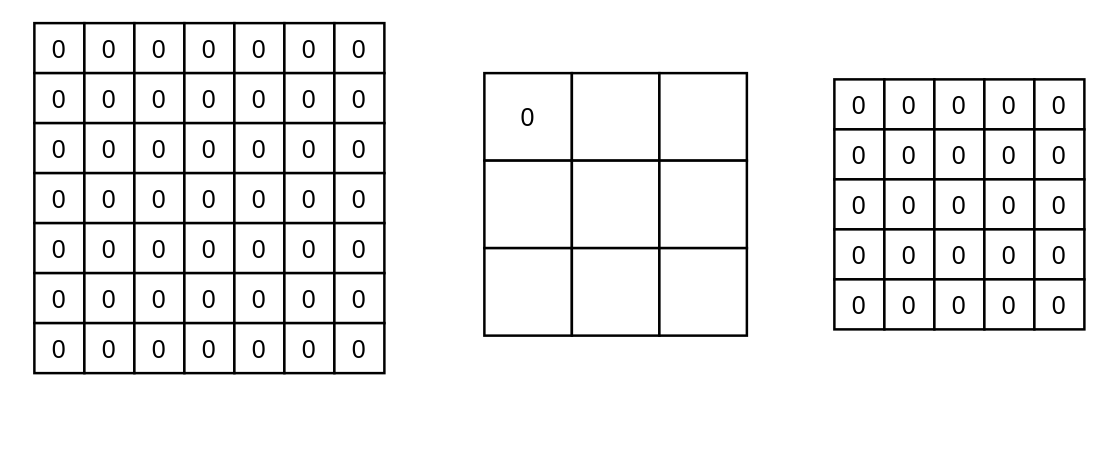
Earlier version of the draw.io diagram convolutional_operation.drawio (cascoatle/fj_project). Source tidied: cells renumbered, new cells numbered last; positions are measured from the earlier drawing's top-left corner, leaving out a move shared by most shapes. Both pictures are drawn from the tidied source at 125%, with x=0, y=0 at pixel (21, 22).
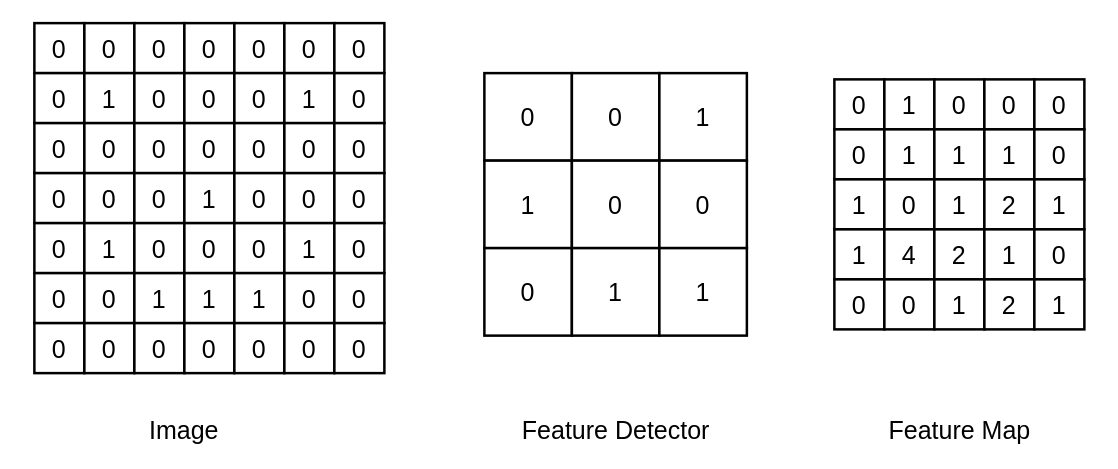
After the change.

Diff of the diagram source:
```diff
@@
-    <mxCell id="93" value="0" style="text;html=1;strokeColor=none;fillColor=none;align=center;verticalAlign=middle;whiteSpace=wrap;rounded=0;fontSize=20;" parent="1" vertex="1">
+    <mxCell id="93" value="1" style="text;html=1;strokeColor=none;fillColor=none;align=center;verticalAlign=middle;whiteSpace=wrap;rounded=0;fontSize=20;" parent="1" vertex="1">
       <mxGeometry x="40" y="45" width="60" height="30" as="geometry" />
     </mxCell>
@@
-    <mxCell id="96" value="0" style="text;html=1;strokeColor=none;fillColor=none;align=center;verticalAlign=middle;whiteSpace=wrap;rounded=0;fontSize=20;" parent="1" vertex="1">
+    <mxCell id="96" value="1" style="text;html=1;strokeColor=none;fillColor=none;align=center;verticalAlign=middle;whiteSpace=wrap;rounded=0;fontSize=20;" parent="1" vertex="1">
       <mxGeometry x="200" y="45" width="60" height="30" as="geometry" />
     </mxCell>
@@
-    <mxCell id="106" value="0" style="text;html=1;strokeColor=none;fillColor=none;align=center;verticalAlign=middle;whiteSpace=wrap;rounded=0;fontSize=20;" parent="1" vertex="1">
+    <mxCell id="106" value="1" style="text;html=1;strokeColor=none;fillColor=none;align=center;verticalAlign=middle;whiteSpace=wrap;rounded=0;fontSize=20;" parent="1" vertex="1">
       <mxGeometry x="120" y="125" width="60" height="30" as="geometry" />
     </mxCell>
@@
-    <mxCell id="114" value="0" style="text;html=1;strokeColor=none;fillColor=none;align=center;verticalAlign=middle;whiteSpace=wrap;rounded=0;fontSize=20;" parent="1" vertex="1">
+    <mxCell id="114" value="1" style="text;html=1;strokeColor=none;fillColor=none;align=center;verticalAlign=middle;whiteSpace=wrap;rounded=0;fontSize=20;" parent="1" vertex="1">
       <mxGeometry x="40" y="165" width="60" height="30" as="geometry" />
     </mxCell>
@@
-    <mxCell id="118" value="0" style="text;html=1;strokeColor=none;fillColor=none;align=center;verticalAlign=middle;whiteSpace=wrap;rounded=0;fontSize=20;" parent="1" vertex="1">
+    <mxCell id="118" value="1" style="text;html=1;strokeColor=none;fillColor=none;align=center;verticalAlign=middle;whiteSpace=wrap;rounded=0;fontSize=20;" parent="1" vertex="1">
       <mxGeometry x="200" y="165" width="60" height="30" as="geometry" />
     </mxCell>
@@
-    <mxCell id="122" value="0" style="text;html=1;strokeColor=none;fillColor=none;align=center;verticalAlign=middle;whiteSpace=wrap;rounded=0;fontSize=20;" parent="1" vertex="1">
+    <mxCell id="122" value="1" style="text;html=1;strokeColor=none;fillColor=none;align=center;verticalAlign=middle;whiteSpace=wrap;rounded=0;fontSize=20;" parent="1" vertex="1">
       <mxGeometry x="80" y="205" width="60" height="30" as="geometry" />
     </mxCell>
-    <mxCell id="123" value="0" style="text;html=1;strokeColor=none;fillColor=none;align=center;verticalAlign=middle;whiteSpace=wrap;rounded=0;fontSize=20;" parent="1" vertex="1">
+    <mxCell id="123" value="1" style="text;html=1;strokeColor=none;fillColor=none;align=center;verticalAlign=middle;whiteSpace=wrap;rounded=0;fontSize=20;" parent="1" vertex="1">
       <mxGeometry x="120" y="205" width="60" height="30" as="geometry" />
     </mxCell>
-    <mxCell id="124" value="0" style="text;html=1;strokeColor=none;fillColor=none;align=center;verticalAlign=middle;whiteSpace=wrap;rounded=0;fontSize=20;" parent="1" vertex="1">
+    <mxCell id="124" value="1" style="text;html=1;strokeColor=none;fillColor=none;align=center;verticalAlign=middle;whiteSpace=wrap;rounded=0;fontSize=20;" parent="1" vertex="1">
       <mxGeometry x="160" y="205" width="60" height="30" as="geometry" />
     </mxCell>
@@
-    <mxCell id="135" value="0" style="text;html=1;strokeColor=none;fillColor=none;align=center;verticalAlign=middle;whiteSpace=wrap;rounded=0;fontSize=20;" parent="1" vertex="1">
+    <mxCell id="135" value="1" style="text;html=1;strokeColor=none;fillColor=none;align=center;verticalAlign=middle;whiteSpace=wrap;rounded=0;fontSize=20;" parent="1" vertex="1">
       <mxGeometry x="680" y="50" width="60" height="30" as="geometry" />
     </mxCell>
@@
-    <mxCell id="140" value="0" style="text;html=1;strokeColor=none;fillColor=none;align=center;verticalAlign=middle;whiteSpace=wrap;rounded=0;fontSize=20;" parent="1" vertex="1">
+    <mxCell id="140" value="1" style="text;html=1;strokeColor=none;fillColor=none;align=center;verticalAlign=middle;whiteSpace=wrap;rounded=0;fontSize=20;" parent="1" vertex="1">
       <mxGeometry x="680" y="90" width="60" height="30" as="geometry" />
     </mxCell>
-    <mxCell id="141" value="0" style="text;html=1;strokeColor=none;fillColor=none;align=center;verticalAlign=middle;whiteSpace=wrap;rounded=0;fontSize=20;" parent="1" vertex="1">
+    <mxCell id="141" value="1" style="text;html=1;strokeColor=none;fillColor=none;align=center;verticalAlign=middle;whiteSpace=wrap;rounded=0;fontSize=20;" parent="1" vertex="1">
       <mxGeometry x="720" y="90" width="60" height="30" as="geometry" />
     </mxCell>
-    <mxCell id="142" value="0" style="text;html=1;strokeColor=none;fillColor=none;align=center;verticalAlign=middle;whiteSpace=wrap;rounded=0;fontSize=20;" parent="1" vertex="1">
+    <mxCell id="142" value="1" style="text;html=1;strokeColor=none;fillColor=none;align=center;verticalAlign=middle;whiteSpace=wrap;rounded=0;fontSize=20;" parent="1" vertex="1">
       <mxGeometry x="760" y="90" width="60" height="30" as="geometry" />
     </mxCell>
@@
-    <mxCell id="144" value="0" style="text;html=1;strokeColor=none;fillColor=none;align=center;verticalAlign=middle;whiteSpace=wrap;rounded=0;fontSize=20;" parent="1" vertex="1">
+    <mxCell id="144" value="1" style="text;html=1;strokeColor=none;fillColor=none;align=center;verticalAlign=middle;whiteSpace=wrap;rounded=0;fontSize=20;" parent="1" vertex="1">
       <mxGeometry x="640" y="130" width="60" height="30" as="geometry" />
     </mxCell>
@@
-    <mxCell id="146" value="0" style="text;html=1;strokeColor=none;fillColor=none;align=center;verticalAlign=middle;whiteSpace=wrap;rounded=0;fontSize=20;" parent="1" vertex="1">
+    <mxCell id="146" value="1" style="text;html=1;strokeColor=none;fillColor=none;align=center;verticalAlign=middle;whiteSpace=wrap;rounded=0;fontSize=20;" parent="1" vertex="1">
       <mxGeometry x="720" y="130" width="60" height="30" as="geometry" />
     </mxCell>
-    <mxCell id="147" value="0" style="text;html=1;strokeColor=none;fillColor=none;align=center;verticalAlign=middle;whiteSpace=wrap;rounded=0;fontSize=20;" parent="1" vertex="1">
+    <mxCell id="147" value="2" style="text;html=1;strokeColor=none;fillColor=none;align=center;verticalAlign=middle;whiteSpace=wrap;rounded=0;fontSize=20;" parent="1" vertex="1">
       <mxGeometry x="760" y="130" width="60" height="30" as="geometry" />
     </mxCell>
-    <mxCell id="148" value="0" style="text;html=1;strokeColor=none;fillColor=none;align=center;verticalAlign=middle;whiteSpace=wrap;rounded=0;fontSize=20;" parent="1" vertex="1">
+    <mxCell id="148" value="1" style="text;html=1;strokeColor=none;fillColor=none;align=center;verticalAlign=middle;whiteSpace=wrap;rounded=0;fontSize=20;" parent="1" vertex="1">
       <mxGeometry x="800" y="130" width="60" height="30" as="geometry" />
     </mxCell>
-    <mxCell id="149" value="0" style="text;html=1;strokeColor=none;fillColor=none;align=center;verticalAlign=middle;whiteSpace=wrap;rounded=0;fontSize=20;" parent="1" vertex="1">
+    <mxCell id="149" value="1" style="text;html=1;strokeColor=none;fillColor=none;align=center;verticalAlign=middle;whiteSpace=wrap;rounded=0;fontSize=20;" parent="1" vertex="1">
       <mxGeometry x="640" y="170" width="60" height="30" as="geometry" />
     </mxCell>
-    <mxCell id="150" value="0" style="text;html=1;strokeColor=none;fillColor=none;align=center;verticalAlign=middle;whiteSpace=wrap;rounded=0;fontSize=20;" parent="1" vertex="1">
+    <mxCell id="150" value="4" style="text;html=1;strokeColor=none;fillColor=none;align=center;verticalAlign=middle;whiteSpace=wrap;rounded=0;fontSize=20;" parent="1" vertex="1">
       <mxGeometry x="680" y="170" width="60" height="30" as="geometry" />
     </mxCell>
-    <mxCell id="151" value="0" style="text;html=1;strokeColor=none;fillColor=none;align=center;verticalAlign=middle;whiteSpace=wrap;rounded=0;fontSize=20;" parent="1" vertex="1">
+    <mxCell id="151" value="2" style="text;html=1;strokeColor=none;fillColor=none;align=center;verticalAlign=middle;whiteSpace=wrap;rounded=0;fontSize=20;" parent="1" vertex="1">
       <mxGeometry x="720" y="170" width="60" height="30" as="geometry" />
     </mxCell>
-    <mxCell id="152" value="0" style="text;html=1;strokeColor=none;fillColor=none;align=center;verticalAlign=middle;whiteSpace=wrap;rounded=0;fontSize=20;" parent="1" vertex="1">
+    <mxCell id="152" value="1" style="text;html=1;strokeColor=none;fillColor=none;align=center;verticalAlign=middle;whiteSpace=wrap;rounded=0;fontSize=20;" parent="1" vertex="1">
       <mxGeometry x="760" y="170" width="60" height="30" as="geometry" />
     </mxCell>
@@
-    <mxCell id="156" value="0" style="text;html=1;strokeColor=none;fillColor=none;align=center;verticalAlign=middle;whiteSpace=wrap;rounded=0;fontSize=20;" parent="1" vertex="1">
+    <mxCell id="156" value="1" style="text;html=1;strokeColor=none;fillColor=none;align=center;verticalAlign=middle;whiteSpace=wrap;rounded=0;fontSize=20;" parent="1" vertex="1">
       <mxGeometry x="720" y="210" width="60" height="30" as="geometry" />
     </mxCell>
-    <mxCell id="157" value="0" style="text;html=1;strokeColor=none;fillColor=none;align=center;verticalAlign=middle;whiteSpace=wrap;rounded=0;fontSize=20;" parent="1" vertex="1">
+    <mxCell id="157" value="2" style="text;html=1;strokeColor=none;fillColor=none;align=center;verticalAlign=middle;whiteSpace=wrap;rounded=0;fontSize=20;" parent="1" vertex="1">
       <mxGeometry x="760" y="210" width="60" height="30" as="geometry" />
     </mxCell>
-    <mxCell id="158" value="0" style="text;html=1;strokeColor=none;fillColor=none;align=center;verticalAlign=middle;whiteSpace=wrap;rounded=0;fontSize=20;" parent="1" vertex="1">
+    <mxCell id="158" value="1" style="text;html=1;strokeColor=none;fillColor=none;align=center;verticalAlign=middle;whiteSpace=wrap;rounded=0;fontSize=20;" parent="1" vertex="1">
       <mxGeometry x="800" y="210" width="60" height="30" as="geometry" />
     </mxCell>
@@
+    <mxCell id="160" value="0" style="text;html=1;strokeColor=none;fillColor=none;align=center;verticalAlign=middle;whiteSpace=wrap;rounded=0;fontSize=20;" parent="1" vertex="1">
+      <mxGeometry x="445" y="60" width="60" height="30" as="geometry" />
+    </mxCell>
+    <mxCell id="161" value="1" style="text;html=1;strokeColor=none;fillColor=none;align=center;verticalAlign=middle;whiteSpace=wrap;rounded=0;fontSize=20;" parent="1" vertex="1">
+      <mxGeometry x="515" y="60" width="60" height="30" as="geometry" />
+    </mxCell>
+    <mxCell id="162" value="1" style="text;html=1;strokeColor=none;fillColor=none;align=center;verticalAlign=middle;whiteSpace=wrap;rounded=0;fontSize=20;" parent="1" vertex="1">
+      <mxGeometry x="375" y="130" width="60" height="30" as="geometry" />
+    </mxCell>
+    <mxCell id="163" value="0" style="text;html=1;strokeColor=none;fillColor=none;align=center;verticalAlign=middle;whiteSpace=wrap;rounded=0;fontSize=20;" parent="1" vertex="1">
+      <mxGeometry x="445" y="130" width="60" height="30" as="geometry" />
+    </mxCell>
+    <mxCell id="164" value="0" style="text;html=1;strokeColor=none;fillColor=none;align=center;verticalAlign=middle;whiteSpace=wrap;rounded=0;fontSize=20;" parent="1" vertex="1">
+      <mxGeometry x="515" y="130" width="60" height="30" as="geometry" />
+    </mxCell>
+    <mxCell id="165" value="0" style="text;html=1;strokeColor=none;fillColor=none;align=center;verticalAlign=middle;whiteSpace=wrap;rounded=0;fontSize=20;" parent="1" vertex="1">
+      <mxGeometry x="375" y="200" width="60" height="30" as="geometry" />
+    </mxCell>
+    <mxCell id="166" value="1" style="text;html=1;strokeColor=none;fillColor=none;align=center;verticalAlign=middle;whiteSpace=wrap;rounded=0;fontSize=20;" parent="1" vertex="1">
+      <mxGeometry x="445" y="200" width="60" height="30" as="geometry" />
+    </mxCell>
+    <mxCell id="167" value="1" style="text;html=1;strokeColor=none;fillColor=none;align=center;verticalAlign=middle;whiteSpace=wrap;rounded=0;fontSize=20;" parent="1" vertex="1">
+      <mxGeometry x="515" y="200" width="60" height="30" as="geometry" />
+    </mxCell>
+    <mxCell id="168" value="Image" style="text;html=1;strokeColor=none;fillColor=none;align=center;verticalAlign=middle;whiteSpace=wrap;rounded=0;fontSize=20;" parent="1" vertex="1">
+      <mxGeometry x="100" y="310" width="60" height="30" as="geometry" />
+    </mxCell>
+    <mxCell id="169" value="Feature Detector" style="text;html=1;strokeColor=none;fillColor=none;align=center;verticalAlign=middle;whiteSpace=wrap;rounded=0;fontSize=20;" parent="1" vertex="1">
+      <mxGeometry x="387.5" y="310" width="175" height="30" as="geometry" />
+    </mxCell>
+    <mxCell id="170" value="Feature Map" style="text;html=1;strokeColor=none;fillColor=none;align=center;verticalAlign=middle;whiteSpace=wrap;rounded=0;fontSize=20;" parent="1" vertex="1">
+      <mxGeometry x="662.5" y="310" width="175" height="30" as="geometry" />
+    </mxCell>
```
